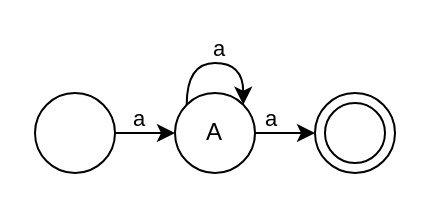
Earlier version of the draw.io diagram page "interval event" (4 of 6) of whyIntervalEvent.drawio (LiLiJacky/graphData). Source tidied: cells renumbered, new cells numbered last; positions are measured from the earlier drawing's top-left corner, leaving out a move shared by most shapes. Both pictures are drawn from the tidied source at 200%, with x=0, y=0 at pixel (34, 62).
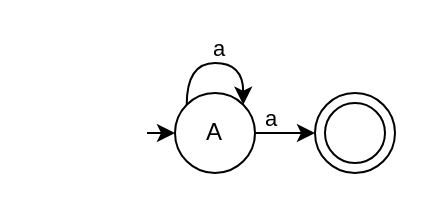
The same page after the edit.

Change to the diagram source:
```diff
@@
 <mxGraphModel>
   <root>
     <mxCell id="0" />
     <mxCell id="1" parent="0" />
-    <mxCell id="2" style="edgeStyle=orthogonalEdgeStyle;rounded=0;jettySize=auto;html=1;entryX=0;entryY=0.5;entryDx=0;entryDy=0;" parent="1" edge="1" source="4" target="5">
-      <mxGeometry relative="1" as="geometry" />
+    <mxCell id="2" style="edgeStyle=orthogonalEdgeStyle;rounded=0;jettySize=auto;html=1;entryX=0;entryY=0.5;entryDx=0;entryDy=0;" parent="1" edge="1" target="5">
+      <mxGeometry relative="1" as="geometry">
+        <mxPoint x="56" y="35" as="sourcePoint" />
+      </mxGeometry>
     </mxCell>
-    <mxCell id="3" value="a" style="edgeLabel;html=1;align=center;verticalAlign=middle;" parent="2" vertex="1">
-      <mxGeometry x="0.2" y="-3" relative="1" as="geometry">
-        <mxPoint x="1" y="-11" as="offset" />
-      </mxGeometry>
-    </mxCell>
-    <mxCell id="4" style="ellipse;whiteSpace=wrap;html=1;" parent="1" vertex="1">
-      <mxGeometry y="15" width="40" height="40" as="geometry" />
-    </mxCell>
     <mxCell id="5" value="A" style="ellipse;whiteSpace=wrap;html=1;" parent="1" vertex="1">
       <mxGeometry x="70" y="15" width="40" height="40" as="geometry" />
     </mxCell>
     <mxCell id="6" style="edgeStyle=orthogonalEdgeStyle;rounded=0;jettySize=auto;html=1;entryX=0;entryY=0.5;entryDx=0;entryDy=0;" parent="1" edge="1" target="8">
       <mxGeometry relative="1" as="geometry">
         <mxPoint x="110" y="35" as="sourcePoint" />
       </mxGeometry>
     </mxCell>
     <mxCell id="7" value="a" style="edgeLabel;html=1;align=center;verticalAlign=middle;" parent="6" vertex="1">
       <mxGeometry x="-0.43" y="1" relative="1" as="geometry">
         <mxPoint x="-2" y="-7" as="offset" />
       </mxGeometry>
     </mxCell>
     <mxCell id="8" style="ellipse;whiteSpace=wrap;html=1;" parent="1" vertex="1">
       <mxGeometry x="140" y="15" width="40" height="40" as="geometry" />
     </mxCell>
     <mxCell id="9" style="ellipse;whiteSpace=wrap;html=1;" parent="1" vertex="1">
       <mxGeometry x="145" y="20" width="30" height="30" as="geometry" />
     </mxCell>
     <mxCell id="10" style="edgeStyle=orthogonalEdgeStyle;rounded=0;orthogonalLoop=1;jettySize=auto;html=1;exitX=0;exitY=0;exitDx=0;exitDy=0;entryX=1;entryY=0;entryDx=0;entryDy=0;curved=1;" parent="1" edge="1" source="5" target="5">
       <mxGeometry relative="1" as="geometry">
         <Array as="points">
           <mxPoint x="76" />
           <mxPoint x="104" />
         </Array>
       </mxGeometry>
     </mxCell>
     <mxCell id="11" value="a" style="edgeLabel;html=1;align=center;verticalAlign=middle;" parent="10" vertex="1">
       <mxGeometry x="0.02" relative="1" as="geometry">
         <mxPoint y="-8" as="offset" />
       </mxGeometry>
     </mxCell>
   </root>
 </mxGraphModel>
```
